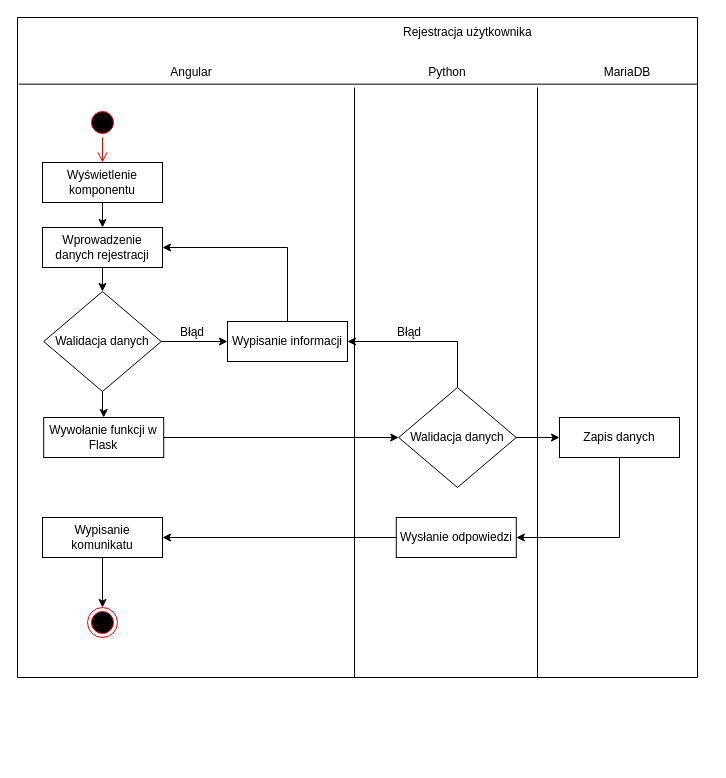
Before: Diagram/Registry.drawio in Quadium9/Projekt_I, a draw.io diagram. Source tidied: cells renumbered, new cells numbered last; positions are measured from the earlier drawing's top-left corner, leaving out a move shared by most shapes. Both pictures are drawn from the tidied source at 100%, with x=0, y=0 at pixel (17, 17).
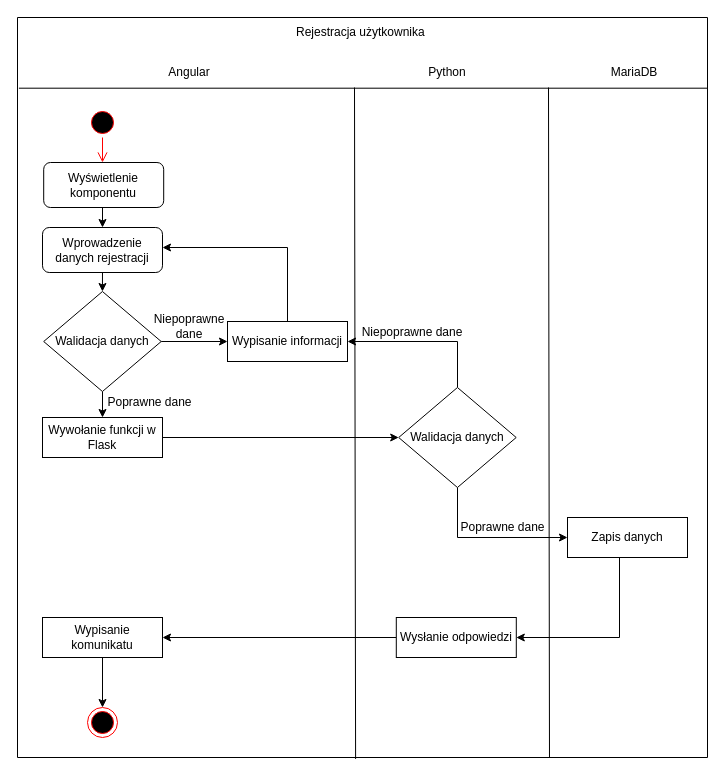
After the change.

The change refers to these unchanged cells:
```xml
<mxCell id="11" style="ellipse;html=1;shape=startState;fillColor=#000000;strokeColor=#ff0000;" parent="2" vertex="1">
  <mxGeometry x="70" y="90" width="30" height="30" as="geometry" />
</mxCell>
<mxCell id="16" value="Walidacja danych" style="rhombus;whiteSpace=wrap;html=1;" parent="2" vertex="1">
  <mxGeometry x="26.2" y="274" width="117.5" height="100" as="geometry" />
</mxCell>
<mxCell id="18" value="Wypisanie informacji" style="rounded=0;whiteSpace=wrap;html=1;" parent="2" vertex="1">
  <mxGeometry x="210" y="304" width="120" height="40" as="geometry" />
</mxCell>
<mxCell id="24" value="Walidacja danych" style="rhombus;whiteSpace=wrap;html=1;" parent="2" vertex="1">
  <mxGeometry x="381.2" y="370" width="117.5" height="100" as="geometry" />
</mxCell>
```

What changed in the source:
```diff
@@
     <mxCell id="2" style="swimlane;startSize=0;" parent="1" vertex="1">
-      <mxGeometry width="680" height="660" as="geometry" />
+      <mxGeometry width="690" height="740" as="geometry" />
     </mxCell>
     <mxCell id="3" value="Angular" style="text;html=1;strokeColor=none;fillColor=none;align=center;verticalAlign=middle;whiteSpace=wrap;rounded=0;" parent="2" vertex="1">
-      <mxGeometry x="143.8" y="40" width="60" height="30" as="geometry" />
+      <mxGeometry x="142" y="40" width="60" height="30" as="geometry" />
     </mxCell>
@@
-    <mxCell id="5" value="MariaDB" style="text;html=1;strokeColor=none;fillColor=none;align=center;verticalAlign=middle;whiteSpace=wrap;rounded=0;" parent="2" vertex="1">
-      <mxGeometry x="580" y="40" width="60" height="30" as="geometry" />
-    </mxCell>
     <mxCell id="6" value="Rejestracja użytkownika&amp;nbsp;" style="text;html=1;strokeColor=none;fillColor=none;align=center;verticalAlign=middle;whiteSpace=wrap;rounded=0;" parent="2" vertex="1">
-      <mxGeometry x="362" width="180" height="30" as="geometry" />
+      <mxGeometry x="255" width="180" height="30" as="geometry" />
     </mxCell>
-    <mxCell id="7" style="edgeStyle=orthogonalEdgeStyle;rounded=0;jettySize=auto;html=1;entryX=0.5;entryY=0;entryDx=0;entryDy=0;" parent="2" edge="1" source="8" target="10">
-      <mxGeometry relative="1" as="geometry" />
+    <mxCell id="7" style="edgeStyle=orthogonalEdgeStyle;rounded=0;orthogonalLoop=1;jettySize=auto;html=1;entryX=0.5;entryY=0;entryDx=0;entryDy=0;" parent="2" edge="1">
+      <mxGeometry relative="1" as="geometry">
+        <mxPoint x="85" y="185" as="sourcePoint" />
+        <mxPoint x="85" y="210" as="targetPoint" />
+      </mxGeometry>
     </mxCell>
-    <mxCell id="8" value="Wyświetlenie komponentu" style="rounded=0;whiteSpace=wrap;html=1;" parent="2" vertex="1">
-      <mxGeometry x="25" y="145" width="120" height="40" as="geometry" />
-    </mxCell>
-    <mxCell id="9" style="edgeStyle=orthogonalEdgeStyle;rounded=0;jettySize=auto;html=1;entryX=0.5;entryY=0;entryDx=0;entryDy=0;" parent="2" edge="1" source="10" target="16">
-      <mxGeometry relative="1" as="geometry" />
+    <mxCell id="9" style="edgeStyle=orthogonalEdgeStyle;rounded=0;jettySize=auto;html=1;entryX=0.5;entryY=0;entryDx=0;entryDy=0;" parent="2" edge="1" target="16">
+      <mxGeometry relative="1" as="geometry">
+        <mxPoint x="85" y="250" as="sourcePoint" />
+      </mxGeometry>
     </mxCell>
-    <mxCell id="10" value="Wprowadzenie danych rejestracji" style="rounded=0;whiteSpace=wrap;html=1;" parent="2" vertex="1">
-      <mxGeometry x="25" y="210" width="120" height="40" as="geometry" />
-    </mxCell>
@@
-    <mxCell id="12" style="edgeStyle=orthogonalEdgeStyle;html=1;verticalAlign=bottom;endArrow=open;endSize=8;strokeColor=#ff0000;rounded=0;entryX=0.5;entryY=0;entryDx=0;entryDy=0;" parent="2" edge="1" source="11" target="8">
-      <mxGeometry relative="1" as="geometry" />
+    <mxCell id="12" style="edgeStyle=orthogonalEdgeStyle;html=1;verticalAlign=bottom;endArrow=open;endSize=8;strokeColor=#ff0000;rounded=0;entryX=0.5;entryY=0;entryDx=0;entryDy=0;" parent="2" edge="1" source="11">
+      <mxGeometry relative="1" as="geometry">
+        <mxPoint x="85" y="145" as="targetPoint" />
+      </mxGeometry>
     </mxCell>
-    <mxCell id="13" style="endArrow=none;html=1;rounded=0;" parent="2" edge="1">
+    <mxCell id="13" style="endArrow=none;html=1;rounded=0;exitX=0.771;exitY=1;exitDx=0;exitDy=0;exitPerimeter=0;" parent="2" edge="1" source="2">
       <mxGeometry relative="1" as="geometry">
-        <mxPoint x="520" y="660" as="sourcePoint" />
-        <mxPoint x="520" y="70" as="targetPoint" />
+        <mxPoint x="531" y="70" as="targetPoint" />
       </mxGeometry>
     </mxCell>
@@
-    <mxCell id="17" style="edgeStyle=orthogonalEdgeStyle;rounded=0;jettySize=auto;html=1;entryX=1;entryY=0.5;entryDx=0;entryDy=0;" parent="2" edge="1" source="18" target="10">
+    <mxCell id="17" style="edgeStyle=orthogonalEdgeStyle;rounded=0;jettySize=auto;html=1;entryX=1;entryY=0.5;entryDx=0;entryDy=0;" parent="2" edge="1" source="18">
       <mxGeometry relative="1" as="geometry">
+        <mxPoint x="145" y="230" as="targetPoint" />
         <Array as="points">
           <mxPoint x="270" y="230" />
         </Array>
       </mxGeometry>
     </mxCell>
@@
-    <mxCell id="19" value="Błąd" style="text;html=1;strokeColor=none;fillColor=none;align=center;verticalAlign=middle;whiteSpace=wrap;rounded=0;" parent="2" vertex="1">
-      <mxGeometry x="362" y="300" width="60" height="30" as="geometry" />
-    </mxCell>
@@
     <mxCell id="21" value="Wywołanie funkcji w Flask" style="rounded=0;whiteSpace=wrap;html=1;" parent="2" vertex="1">
-      <mxGeometry x="26.2" y="400" width="120" height="40" as="geometry" />
+      <mxGeometry x="25" y="400" width="120" height="40" as="geometry" />
     </mxCell>
@@
     <mxCell id="23" style="edgeStyle=orthogonalEdgeStyle;rounded=0;jettySize=auto;html=1;entryX=0;entryY=0.5;entryDx=0;entryDy=0;" parent="2" edge="1" source="24" target="27">
-      <mxGeometry relative="1" as="geometry" />
+      <mxGeometry relative="1" as="geometry">
+        <Array as="points">
+          <mxPoint x="440" y="520" />
+        </Array>
+      </mxGeometry>
     </mxCell>
@@
-    <mxCell id="25" value="Błąd" style="text;html=1;strokeColor=none;fillColor=none;align=center;verticalAlign=middle;whiteSpace=wrap;rounded=0;" parent="2" vertex="1">
-      <mxGeometry x="145" y="300" width="60" height="30" as="geometry" />
-    </mxCell>
@@
     <mxCell id="27" value="Zapis danych" style="rounded=0;whiteSpace=wrap;html=1;" parent="2" vertex="1">
-      <mxGeometry x="542" y="400" width="120" height="40" as="geometry" />
+      <mxGeometry x="550" y="500" width="120" height="40" as="geometry" />
     </mxCell>
@@
     <mxCell id="29" value="Wysłanie odpowiedzi" style="rounded=0;whiteSpace=wrap;html=1;" parent="2" vertex="1">
-      <mxGeometry x="378.8" y="500" width="120" height="40" as="geometry" />
+      <mxGeometry x="378.8" y="600" width="120" height="40" as="geometry" />
     </mxCell>
@@
     <mxCell id="31" value="Wypisanie komunikatu" style="rounded=0;whiteSpace=wrap;html=1;" parent="2" vertex="1">
-      <mxGeometry x="25" y="500" width="120" height="40" as="geometry" />
+      <mxGeometry x="25" y="600" width="120" height="40" as="geometry" />
     </mxCell>
     <mxCell id="32" style="ellipse;html=1;shape=endState;fillColor=#000000;strokeColor=#ff0000;" parent="2" vertex="1">
-      <mxGeometry x="70" y="590" width="30" height="30" as="geometry" />
+      <mxGeometry x="70" y="690" width="30" height="30" as="geometry" />
     </mxCell>
+    <mxCell id="25" value="Niepoprawne dane" style="text;html=1;strokeColor=none;fillColor=none;align=center;verticalAlign=middle;whiteSpace=wrap;rounded=0;" parent="2" vertex="1">
+      <mxGeometry x="142" y="294" width="60" height="30" as="geometry" />
+    </mxCell>
+    <mxCell id="35" value="Poprawne dane" style="text;html=1;strokeColor=none;fillColor=none;align=center;verticalAlign=middle;whiteSpace=wrap;rounded=0;" parent="2" vertex="1">
+      <mxGeometry x="85" y="370" width="95" height="30" as="geometry" />
+    </mxCell>
+    <mxCell id="36" value="Niepoprawne dane" style="text;html=1;strokeColor=none;fillColor=none;align=center;verticalAlign=middle;whiteSpace=wrap;rounded=0;" parent="2" vertex="1">
+      <mxGeometry x="335" y="300" width="120" height="30" as="geometry" />
+    </mxCell>
+    <mxCell id="8" value="&lt;span&gt;Wyświetlenie komponentu&lt;/span&gt;" style="rounded=1;whiteSpace=wrap;html=1;" parent="2" vertex="1">
+      <mxGeometry x="26.2" y="145" width="120" height="45" as="geometry" />
+    </mxCell>
+    <mxCell id="10" value="Wprowadzenie danych rejestracji" style="rounded=1;whiteSpace=wrap;html=1;" parent="2" vertex="1">
+      <mxGeometry x="25" y="210" width="120" height="45" as="geometry" />
+    </mxCell>
-    <mxCell id="33" style="endArrow=none;html=1;rounded=0;exitX=0.002;exitY=0.101;exitDx=0;exitDy=0;exitPerimeter=0;entryX=1;entryY=0.101;entryDx=0;entryDy=0;entryPerimeter=0;" parent="1" edge="1" source="2" target="2">
-      <mxGeometry relative="1" as="geometry" />
+    <mxCell id="33" style="endArrow=none;html=1;rounded=0;exitX=0.002;exitY=0.101;exitDx=0;exitDy=0;exitPerimeter=0;entryX=1;entryY=0.101;entryDx=0;entryDy=0;entryPerimeter=0;" parent="1" edge="1">
+      <mxGeometry relative="1" as="geometry">
+        <mxPoint x="1.4" y="70.7" as="sourcePoint" />
+        <mxPoint x="690" y="70.7" as="targetPoint" />
+      </mxGeometry>
     </mxCell>
-    <mxCell id="34" style="endArrow=none;html=1;rounded=0;" parent="1" edge="1">
+    <mxCell id="34" style="endArrow=none;html=1;rounded=0;exitX=0.49;exitY=1.002;exitDx=0;exitDy=0;exitPerimeter=0;" parent="1" edge="1" source="2">
       <mxGeometry relative="1" as="geometry">
-        <mxPoint x="337" y="660" as="sourcePoint" />
         <mxPoint x="337" y="70" as="targetPoint" />
       </mxGeometry>
     </mxCell>
+    <mxCell id="5" value="MariaDB" style="text;html=1;strokeColor=none;fillColor=none;align=center;verticalAlign=middle;whiteSpace=wrap;rounded=0;" parent="1" vertex="1">
+      <mxGeometry x="587" y="40" width="60" height="30" as="geometry" />
+    </mxCell>
+    <mxCell id="37" value="Poprawne dane" style="text;html=1;strokeColor=none;fillColor=none;align=center;verticalAlign=middle;whiteSpace=wrap;rounded=0;" parent="1" vertex="1">
+      <mxGeometry x="438" y="495" width="95" height="30" as="geometry" />
+    </mxCell>
```
